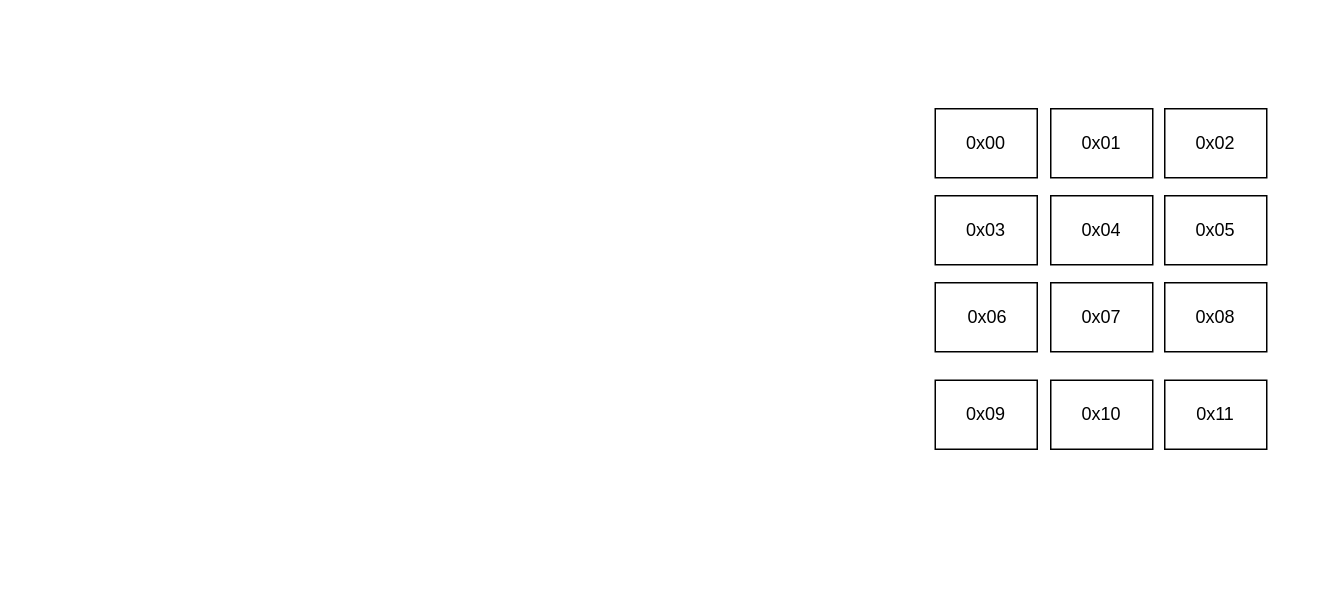
otaviolarrosa/diagrams keeps this draw.io diagram as garbage_collector.drawio. Above is the earlier version. Source tidied: cells renumbered, new cells numbered last; positions are measured from the earlier drawing's top-left corner, leaving out a move shared by most shapes. Both pictures are drawn from the tidied source at 150%, with x=0, y=0 at pixel (934, 108).
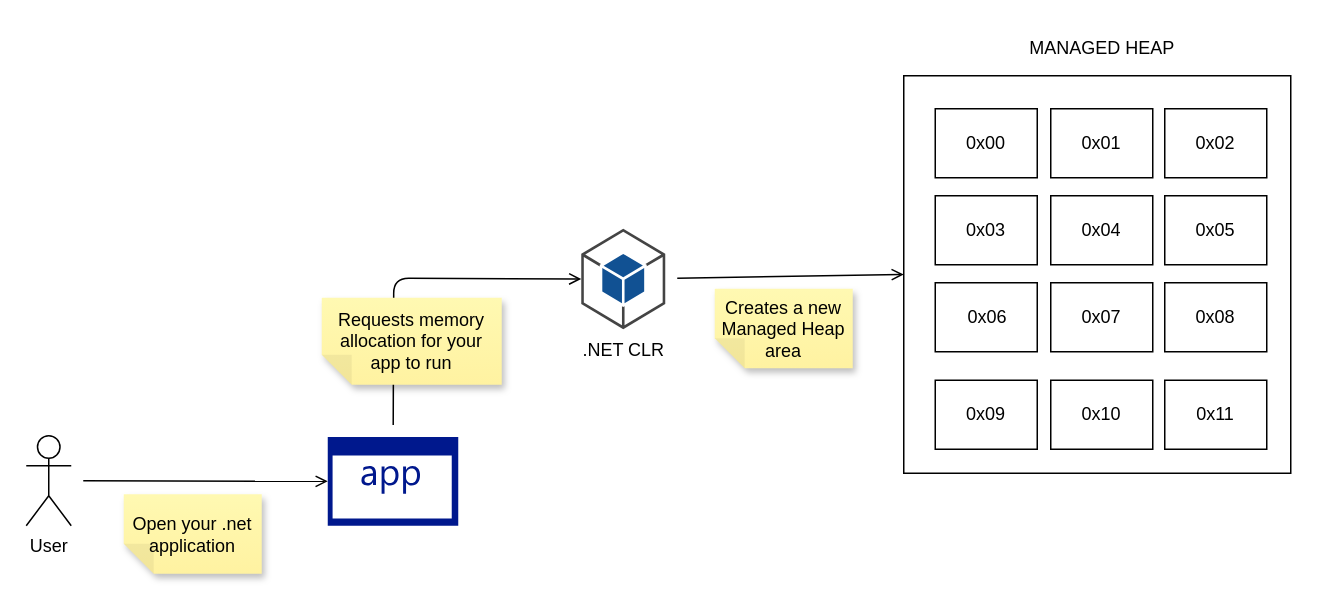
After the change.

What changed in the source:
```diff
@@
+    <mxCell id="26" style="rounded=0;whiteSpace=wrap;html=1;" parent="1" vertex="1">
+      <mxGeometry x="-21" y="-22" width="258" height="265" as="geometry" />
+    </mxCell>
@@
+    <mxCell id="27" style="jettySize=auto;html=1;entryX=0;entryY=0.5;entryDx=0;entryDy=0;entryPerimeter=0;endArrow=open;sourcePerimeterSpacing=8;targetPerimeterSpacing=8;" parent="1" edge="1" source="28" target="33">
+      <mxGeometry relative="1" as="geometry" />
+    </mxCell>
+    <mxCell id="28" value="User" style="shape=umlActor;verticalLabelPosition=bottom;verticalAlign=top;html=1;outlineConnect=0;" parent="1" vertex="1">
+      <mxGeometry x="-606" y="218" width="30" height="60" as="geometry" />
+    </mxCell>
+    <mxCell id="29" style="edgeStyle=none;jettySize=auto;html=1;entryX=0;entryY=0.5;entryDx=0;entryDy=0;endArrow=open;sourcePerimeterSpacing=8;targetPerimeterSpacing=8;" parent="1" edge="1" source="30" target="26">
+      <mxGeometry relative="1" as="geometry" />
+    </mxCell>
+    <mxCell id="30" value=".NET CLR" style="outlineConnect=0;dashed=0;verticalLabelPosition=bottom;verticalAlign=top;align=center;html=1;shape=mxgraph.aws3.android;fillColor=#115193;gradientColor=none;" parent="1" vertex="1">
+      <mxGeometry x="-236" y="80" width="56" height="67" as="geometry" />
+    </mxCell>
+    <mxCell id="31" value="Open your .net application" style="shape=note;whiteSpace=wrap;html=1;backgroundOutline=1;fontColor=#000000;darkOpacity=0.05;fillColor=#FFF9B2;strokeColor=none;fillStyle=solid;direction=west;gradientDirection=north;gradientColor=#FFF2A1;shadow=1;size=20;" parent="1" vertex="1">
+      <mxGeometry x="-541" y="257" width="92" height="53" as="geometry" />
+    </mxCell>
+    <mxCell id="32" style="edgeStyle=none;jettySize=auto;html=1;entryX=0;entryY=0.5;entryDx=0;entryDy=0;entryPerimeter=0;endArrow=open;sourcePerimeterSpacing=8;targetPerimeterSpacing=8;" parent="1" edge="1" source="33" target="30">
+      <mxGeometry relative="1" as="geometry">
+        <Array as="points">
+          <mxPoint x="-361" y="113" />
+        </Array>
+      </mxGeometry>
+    </mxCell>
+    <mxCell id="33" style="sketch=0;shadow=0;dashed=0;html=1;strokeColor=none;labelPosition=center;verticalLabelPosition=bottom;verticalAlign=top;align=center;fillColor=#00188D;shape=mxgraph.mscae.enterprise.application;" parent="1" vertex="1">
+      <mxGeometry x="-405" y="218.8" width="87" height="59.2" as="geometry" />
+    </mxCell>
+    <mxCell id="34" value="Requests memory allocation for your app to run" style="shape=note;whiteSpace=wrap;html=1;backgroundOutline=1;fontColor=#000000;darkOpacity=0.05;fillColor=#FFF9B2;strokeColor=none;fillStyle=solid;direction=west;gradientDirection=north;gradientColor=#FFF2A1;shadow=1;size=20;" parent="1" vertex="1">
+      <mxGeometry x="-409" y="126" width="120" height="58" as="geometry" />
+    </mxCell>
+    <mxCell id="35" value="MANAGED HEAP" style="text;html=1;strokeColor=none;fillColor=none;align=center;verticalAlign=middle;whiteSpace=wrap;rounded=0;" parent="1" vertex="1">
+      <mxGeometry x="59.5" y="-55" width="103" height="30" as="geometry" />
+    </mxCell>
+    <mxCell id="36" value="Creates a new Managed Heap area" style="shape=note;whiteSpace=wrap;html=1;backgroundOutline=1;fontColor=#000000;darkOpacity=0.05;fillColor=#FFF9B2;strokeColor=none;fillStyle=solid;direction=west;gradientDirection=north;gradientColor=#FFF2A1;shadow=1;size=20;" parent="1" vertex="1">
+      <mxGeometry x="-147" y="120" width="92" height="53" as="geometry" />
+    </mxCell>
```
